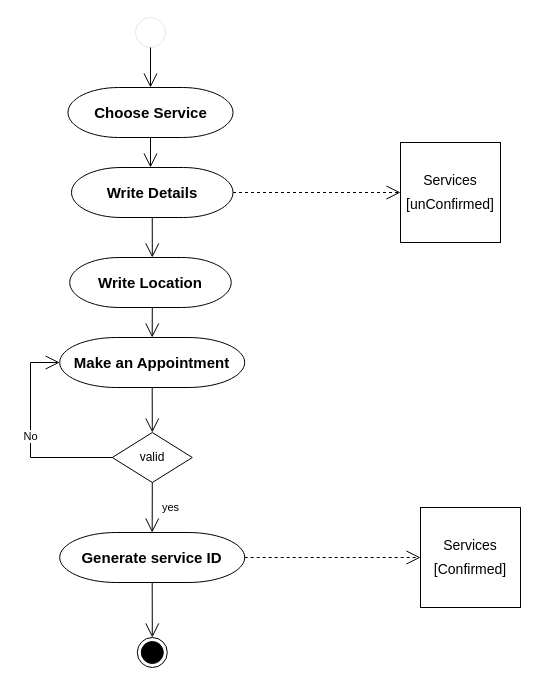
adhamfayrouzamf/drawio keeps this draw.io diagram as page "Maintenence" (4 of 8) of saad project team 1.drawio. Above is the earlier version. Source tidied: cells renumbered, new cells numbered last; positions are measured from the earlier drawing's top-left corner, leaving out a move shared by most shapes. Both pictures are drawn from the tidied source at 100%, with x=0, y=0 at pixel (30, 17).
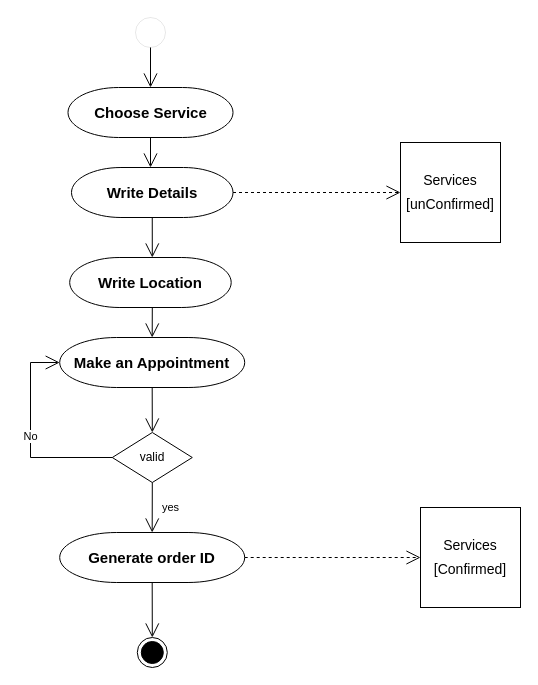
Above is the later version.

What changed in the source:
```diff
@@
-    <mxCell id="7" value="&lt;b&gt;&lt;font style=&quot;font-size: 15px&quot;&gt;Generate service ID&lt;/font&gt;&lt;/b&gt;" style="strokeWidth=1;html=1;shape=mxgraph.flowchart.terminator;whiteSpace=wrap;shadow=0;glass=0;sketch=0;gradientColor=none;" parent="1" vertex="1">
+    <mxCell id="7" value="&lt;b&gt;&lt;font style=&quot;font-size: 15px&quot;&gt;Generate order ID&lt;/font&gt;&lt;/b&gt;" style="strokeWidth=1;html=1;shape=mxgraph.flowchart.terminator;whiteSpace=wrap;shadow=0;glass=0;sketch=0;gradientColor=none;" parent="1" vertex="1">
       <mxGeometry x="29.2" y="515" width="185" height="50" as="geometry" />
     </mxCell>
```
